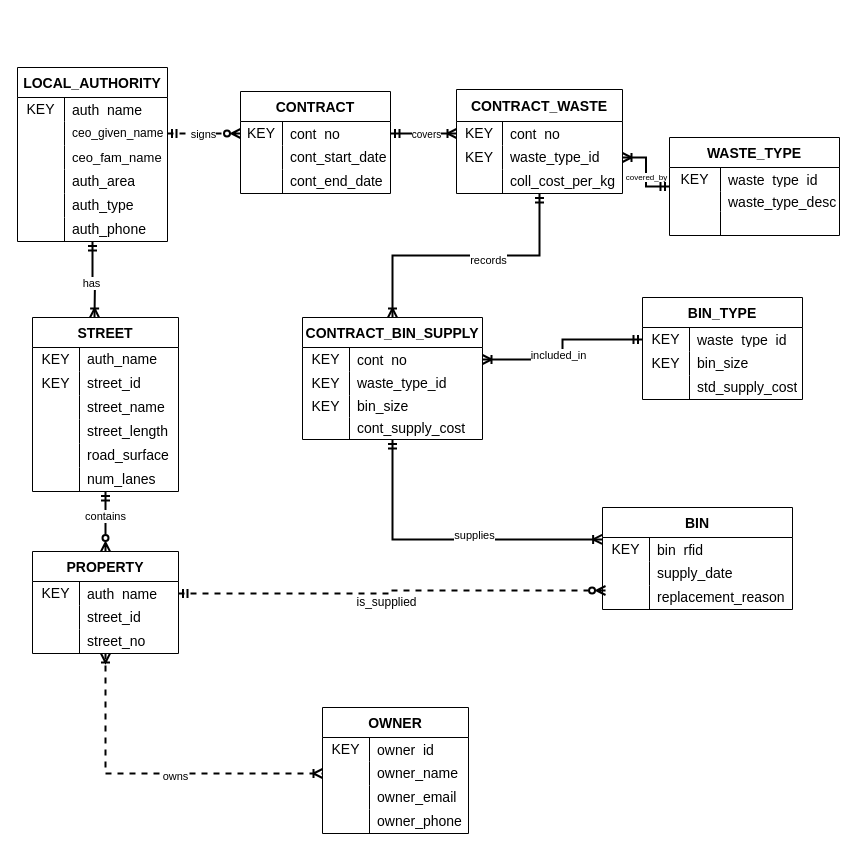
The draw.io diagram Assignments/Ass1/ca_conceptual.drawio in riabansal27/databases-project, before the edit. Source tidied: cells renumbered, new cells numbered last; positions are measured from the earlier drawing's top-left corner, leaving out a move shared by most shapes. Both pictures are drawn from the tidied source at 100%, with x=0, y=0 at pixel (17, 67).
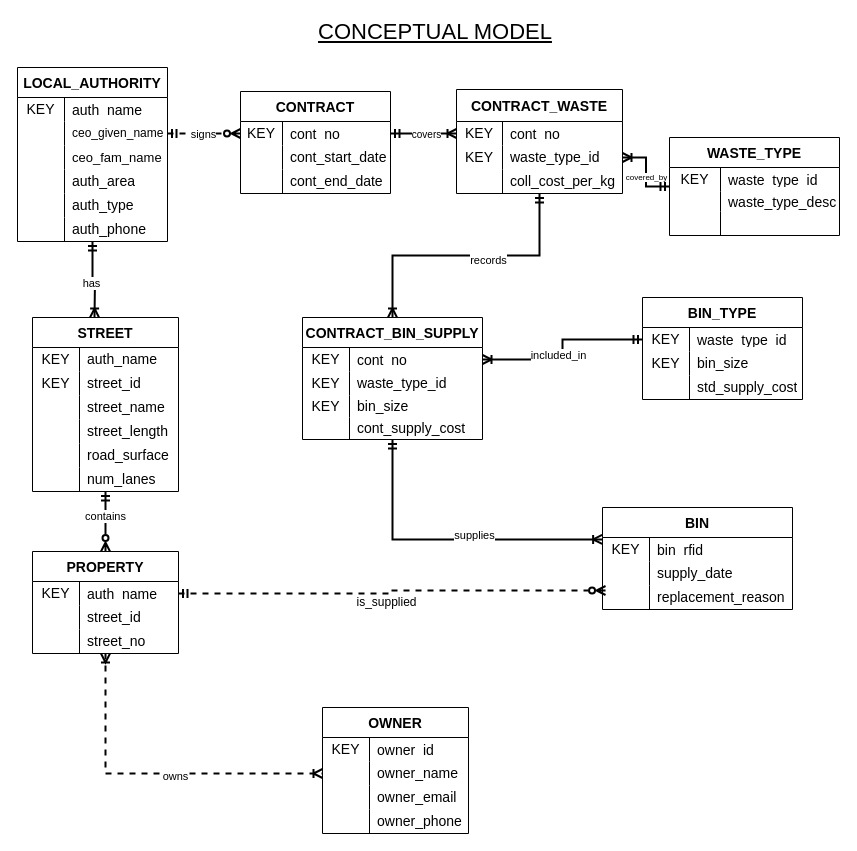
Above is the later version.

Change to the diagram source:
```diff
@@
+    <mxCell id="146" value="CONCEPTUAL MODEL" style="text;html=1;whiteSpace=wrap;strokeColor=none;fillColor=none;align=center;verticalAlign=middle;rounded=0;fontSize=22;fontStyle=4;" parent="1" vertex="1">
+      <mxGeometry x="223" y="-50" width="390" height="30" as="geometry" />
+    </mxCell>
```
